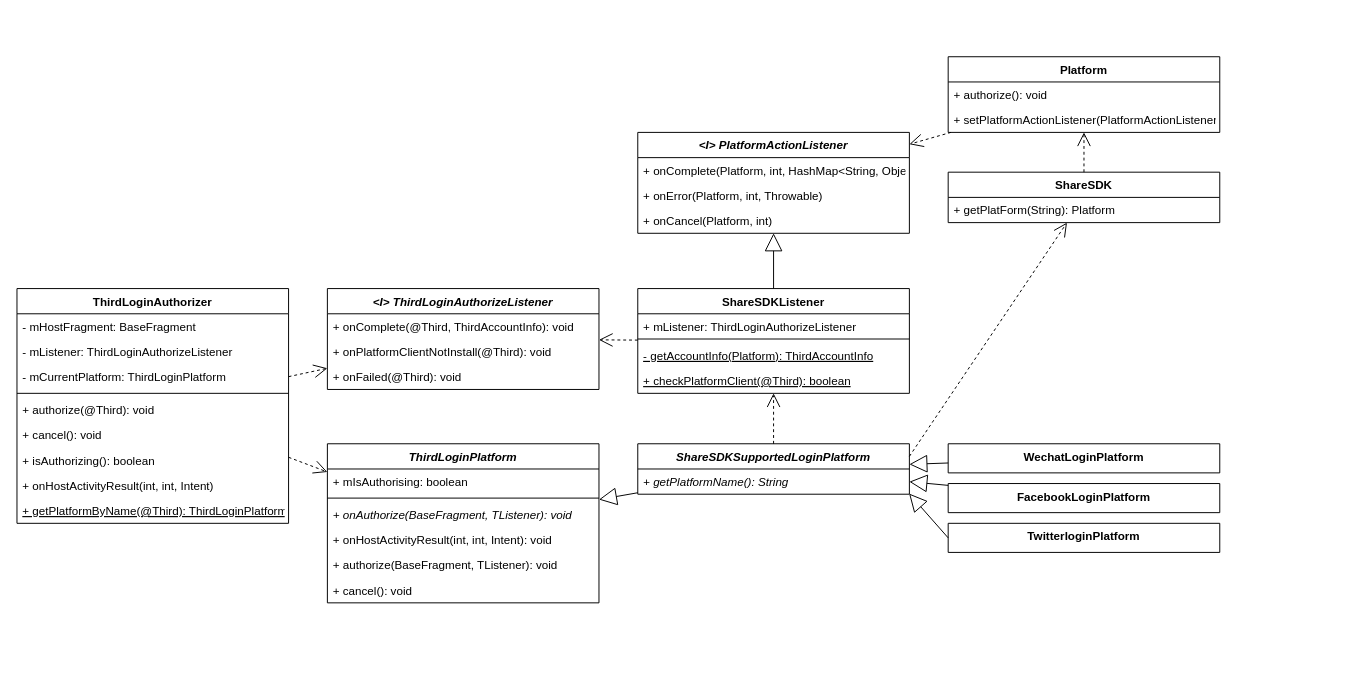
The draw.io diagram ShareSDK.drawio in Cmdone/Draw.io, before the edit. Source tidied: cells renumbered, new cells numbered last; positions are measured from the earlier drawing's top-left corner, leaving out a move shared by most shapes. Both pictures are drawn from the tidied source at 97%, with x=0, y=0 at pixel (16, 56).
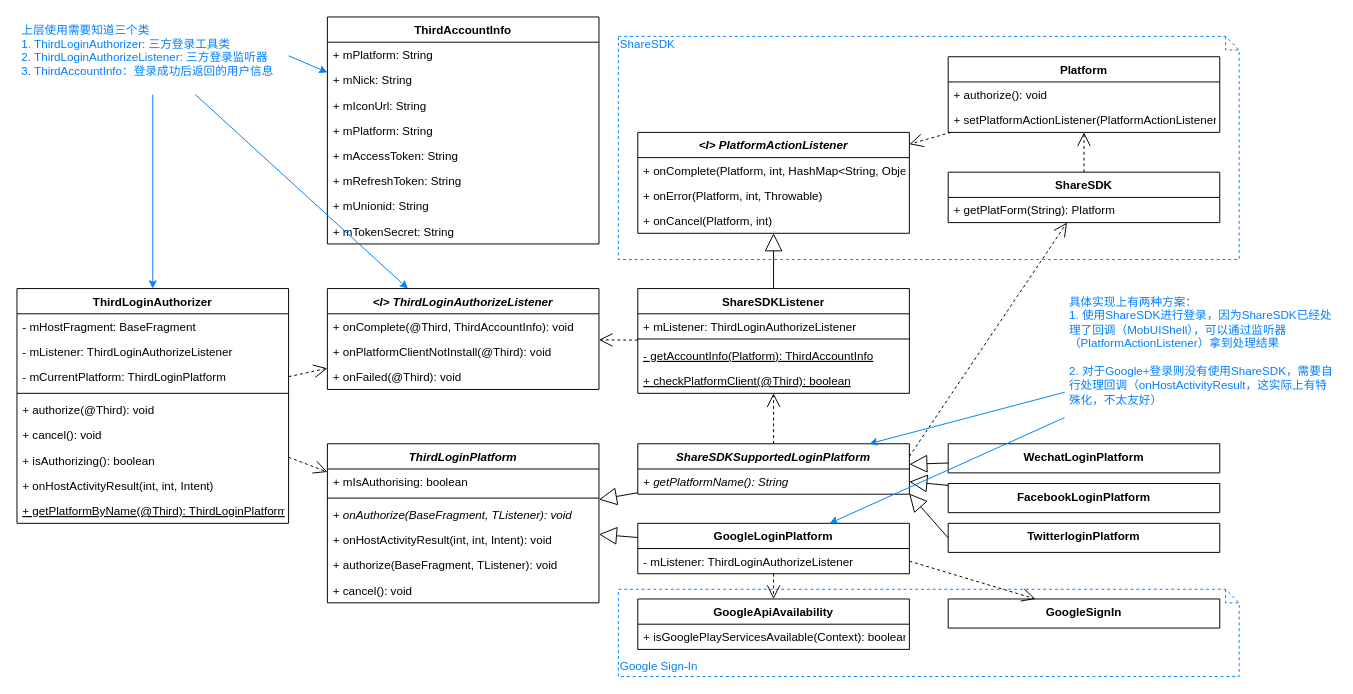
After the change.

Unchanged cells that the change refers to:
```xml
<mxCell id="2" value="ThirdLoginAuthorizer" style="swimlane;fontStyle=1;align=center;verticalAlign=top;horizontal=1;startSize=26;" parent="1" vertex="1">
  <mxGeometry y="239" width="280" height="242" as="geometry" />
</mxCell>
<mxCell id="12" value="ThirdLoginPlatform" style="swimlane;fontStyle=3;align=center;verticalAlign=top;horizontal=1;startSize=26;" parent="1" vertex="1">
  <mxGeometry x="320" y="399" width="280" height="164" as="geometry" />
</mxCell>
<mxCell id="19" value="ShareSDKSupportedLoginPlatform" style="swimlane;fontStyle=3;align=center;verticalAlign=top;horizontal=1;startSize=26;" parent="1" vertex="1">
  <mxGeometry x="640" y="399" width="280" height="52" as="geometry" />
</mxCell>
<mxCell id="32" value="&lt;I&gt; ThirdLoginAuthorizeListener" style="swimlane;fontStyle=3;align=center;verticalAlign=top;horizontal=1;startSize=26;" parent="1" vertex="1">
  <mxGeometry x="320" y="239" width="280" height="104" as="geometry" />
</mxCell>
```

The edit, as a diff of the source:
```diff
@@
+    <mxCell id="54" value="GoogleLoginPlatform" style="swimlane;fontStyle=1;align=center;verticalAlign=top;horizontal=1;startSize=26;" parent="1" vertex="1">
+      <mxGeometry x="640" y="481" width="280" height="52" as="geometry" />
+    </mxCell>
+    <mxCell id="55" value="- mListener: ThirdLoginAuthorizeListener" style="text;strokeColor=none;fillColor=none;align=left;verticalAlign=top;spacingLeft=4;spacingRight=4;overflow=hidden;points=[[0,0.5],[1,0.5]];portConstraint=eastwest;fontStyle=0;" parent="54" vertex="1">
+      <mxGeometry y="26" width="280" height="26" as="geometry" />
+    </mxCell>
+    <mxCell id="56" style="endArrow=block;endSize=16;endFill=0;html=1;" parent="1" edge="1" source="54" target="12">
+      <mxGeometry relative="1" as="geometry" />
+    </mxCell>
+    <mxCell id="57" value="GoogleApiAvailability" style="swimlane;fontStyle=1;align=center;verticalAlign=top;horizontal=1;startSize=26;" parent="1" vertex="1">
+      <mxGeometry x="640" y="559" width="280" height="52" as="geometry" />
+    </mxCell>
+    <mxCell id="58" value="+ isGooglePlayServicesAvailable(Context): boolean" style="text;strokeColor=none;fillColor=none;align=left;verticalAlign=top;spacingLeft=4;spacingRight=4;overflow=hidden;fontStyle=0;" parent="57" vertex="1">
+      <mxGeometry y="26" width="280" height="26" as="geometry" />
+    </mxCell>
+    <mxCell id="59" value="GoogleSignIn" style="swimlane;fontStyle=1;align=center;verticalAlign=top;horizontal=1;startSize=30;" parent="1" vertex="1">
+      <mxGeometry x="960" y="559" width="280" height="30" as="geometry" />
+    </mxCell>
+    <mxCell id="60" style="endArrow=open;endSize=12;dashed=1;html=1;exitX=1;exitY=0.5;exitDx=0;exitDy=0;" parent="1" edge="1" source="55" target="59">
+      <mxGeometry relative="1" as="geometry" />
+    </mxCell>
+    <mxCell id="61" style="endArrow=open;endSize=12;dashed=1;html=1;" parent="1" edge="1" source="54" target="57">
+      <mxGeometry relative="1" as="geometry" />
+    </mxCell>
+    <mxCell id="62" value="ThirdAccountInfo" style="swimlane;fontStyle=1;align=center;verticalAlign=top;horizontal=1;startSize=26;" parent="1" vertex="1">
+      <mxGeometry x="320" y="-41" width="280" height="234" as="geometry" />
+    </mxCell>
+    <mxCell id="63" value="+ mPlatform: String" style="text;strokeColor=none;fillColor=none;align=left;verticalAlign=top;spacingLeft=4;spacingRight=4;overflow=hidden;" parent="62" vertex="1">
+      <mxGeometry y="26" width="280" height="26" as="geometry" />
+    </mxCell>
+    <mxCell id="64" value="+ mNick: String" style="text;strokeColor=none;fillColor=none;align=left;verticalAlign=top;spacingLeft=4;spacingRight=4;overflow=hidden;" parent="62" vertex="1">
+      <mxGeometry y="52" width="280" height="26" as="geometry" />
+    </mxCell>
+    <mxCell id="65" value="+ mIconUrl: String" style="text;strokeColor=none;fillColor=none;align=left;verticalAlign=top;spacingLeft=4;spacingRight=4;overflow=hidden;" parent="62" vertex="1">
+      <mxGeometry y="78" width="280" height="26" as="geometry" />
+    </mxCell>
+    <mxCell id="66" value="+ mPlatform: String" style="text;strokeColor=none;fillColor=none;align=left;verticalAlign=top;spacingLeft=4;spacingRight=4;overflow=hidden;" parent="62" vertex="1">
+      <mxGeometry y="104" width="280" height="26" as="geometry" />
+    </mxCell>
+    <mxCell id="67" value="+ mAccessToken: String" style="text;strokeColor=none;fillColor=none;align=left;verticalAlign=top;spacingLeft=4;spacingRight=4;overflow=hidden;" parent="62" vertex="1">
+      <mxGeometry y="130" width="280" height="26" as="geometry" />
+    </mxCell>
+    <mxCell id="68" value="+ mRefreshToken: String" style="text;strokeColor=none;fillColor=none;align=left;verticalAlign=top;spacingLeft=4;spacingRight=4;overflow=hidden;" parent="62" vertex="1">
+      <mxGeometry y="156" width="280" height="26" as="geometry" />
+    </mxCell>
+    <mxCell id="69" value="+ mUnionid: String" style="text;strokeColor=none;fillColor=none;align=left;verticalAlign=top;spacingLeft=4;spacingRight=4;overflow=hidden;" parent="62" vertex="1">
+      <mxGeometry y="182" width="280" height="26" as="geometry" />
+    </mxCell>
+    <mxCell id="70" value="+ mTokenSecret: String" style="text;strokeColor=none;fillColor=none;align=left;verticalAlign=top;spacingLeft=4;spacingRight=4;overflow=hidden;" parent="62" vertex="1">
+      <mxGeometry y="208" width="280" height="26" as="geometry" />
+    </mxCell>
+    <mxCell id="71" style="rounded=0;jettySize=auto;html=1;exitX=1;exitY=0.5;exitDx=0;exitDy=0;fontColor=#007FFF;strokeColor=#007FFF;" parent="1" edge="1" source="72" target="62">
+      <mxGeometry relative="1" as="geometry" />
+    </mxCell>
+    <mxCell id="72" value="上层使用需要知道三个类&#10;1. ThirdLoginAuthorizer: 三方登录工具类&#10;2. ThirdLoginAuthorizeListener: 三方登录监听器&#10;3. ThirdAccountInfo：登录成功后返回的用户信息&#10;" style="text;align=left;fontStyle=0;verticalAlign=top;spacingLeft=3;spacingRight=3;strokeColor=none;points=[[0,0.5],[1,0.5]];portConstraint=eastwest;fontColor=#007FFF;" parent="1" vertex="1">
+      <mxGeometry y="-41" width="280" height="80" as="geometry" />
+    </mxCell>
+    <mxCell id="73" style="rounded=0;jettySize=auto;html=1;fontColor=#007FFF;strokeColor=#007FFF;" parent="1" edge="1" source="72" target="32">
+      <mxGeometry relative="1" as="geometry" />
+    </mxCell>
+    <mxCell id="74" style="rounded=0;jettySize=auto;html=1;fontColor=#007FFF;strokeColor=#007FFF;" parent="1" edge="1" source="72" target="2">
+      <mxGeometry relative="1" as="geometry" />
+    </mxCell>
+    <mxCell id="75" value="具体实现上有两种方案：&#10;1. 使用ShareSDK进行登录，因为ShareSDK已经处理了回调（MobUIShell），可以通过监听器（PlatformActionListener）拿到处理结果&#10;&#10;2. 对于Google+登录则没有使用ShareSDK，需要自行处理回调（onHostActivityResult，这实际上有特殊化，不太友好）&#10;" style="text;align=left;fontStyle=0;verticalAlign=top;spacingLeft=3;spacingRight=3;strokeColor=none;points=[[0,0.5],[1,0.5]];portConstraint=eastwest;fontColor=#007FFF;whiteSpace=wrap;" parent="1" vertex="1">
+      <mxGeometry x="1080" y="239" width="280" height="140" as="geometry" />
+    </mxCell>
+    <mxCell id="76" style="rounded=0;jettySize=auto;html=1;fontColor=#007FFF;strokeColor=#007FFF;" parent="1" edge="1" source="75" target="19">
+      <mxGeometry relative="1" as="geometry" />
+    </mxCell>
+    <mxCell id="77" style="rounded=0;jettySize=auto;html=1;fontColor=#007FFF;strokeColor=#007FFF;" parent="1" edge="1" source="75" target="54">
+      <mxGeometry relative="1" as="geometry" />
+    </mxCell>
+    <mxCell id="78" value="ShareSDK" style="shape=note;whiteSpace=wrap;html=1;size=14;verticalAlign=top;align=left;spacingTop=-6;fontColor=#007FFF;fillColor=none;dashed=1;perimeterSpacing=0;strokeColor=#007FFF;" parent="1" vertex="1">
+      <mxGeometry x="620" y="-21" width="640" height="230" as="geometry" />
+    </mxCell>
+    <mxCell id="79" value="&lt;br&gt;&lt;br&gt;&lt;br&gt;&lt;br&gt;&lt;br&gt;Google Sign-In&lt;br&gt;" style="shape=note;whiteSpace=wrap;html=1;size=14;verticalAlign=top;align=left;spacingTop=-6;fontColor=#007FFF;fillColor=none;dashed=1;perimeterSpacing=0;strokeColor=#007FFF;" parent="1" vertex="1">
+      <mxGeometry x="620" y="549" width="640" height="90" as="geometry" />
+    </mxCell>
```
